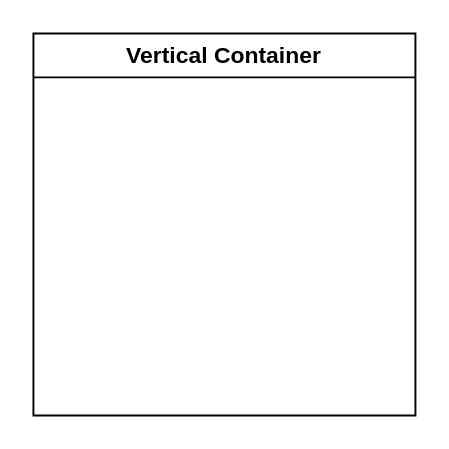
The draw.io diagram mockups/Untitled Diagram.drawio in Task-Repository/application-gui, before the edit. Source tidied: cells renumbered, new cells numbered last; positions are measured from the earlier drawing's top-left corner, leaving out a move shared by most shapes. Both pictures are drawn from the tidied source at 191%, with x=0, y=0 at pixel (32, 32).
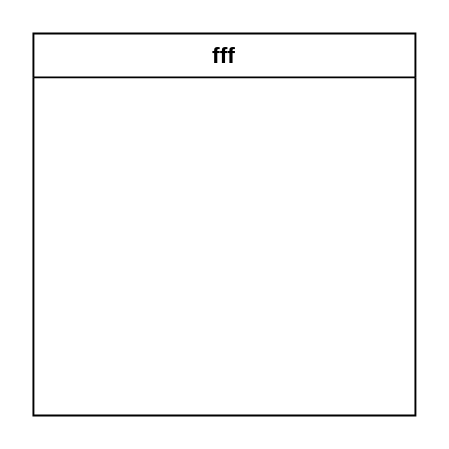
After the change.

Change to the diagram source:
```diff
@@
 <mxGraphModel>
   <root>
     <mxCell id="0" />
     <mxCell id="1" parent="0" />
-    <mxCell id="2" value="Vertical Container" style="swimlane;whiteSpace=wrap;html=1;" parent="1" vertex="1">
+    <mxCell id="2" value="fff" style="swimlane;whiteSpace=wrap;html=1;" parent="1" vertex="1">
       <mxGeometry width="200" height="200" as="geometry" />
     </mxCell>
   </root>
 </mxGraphModel>
```
